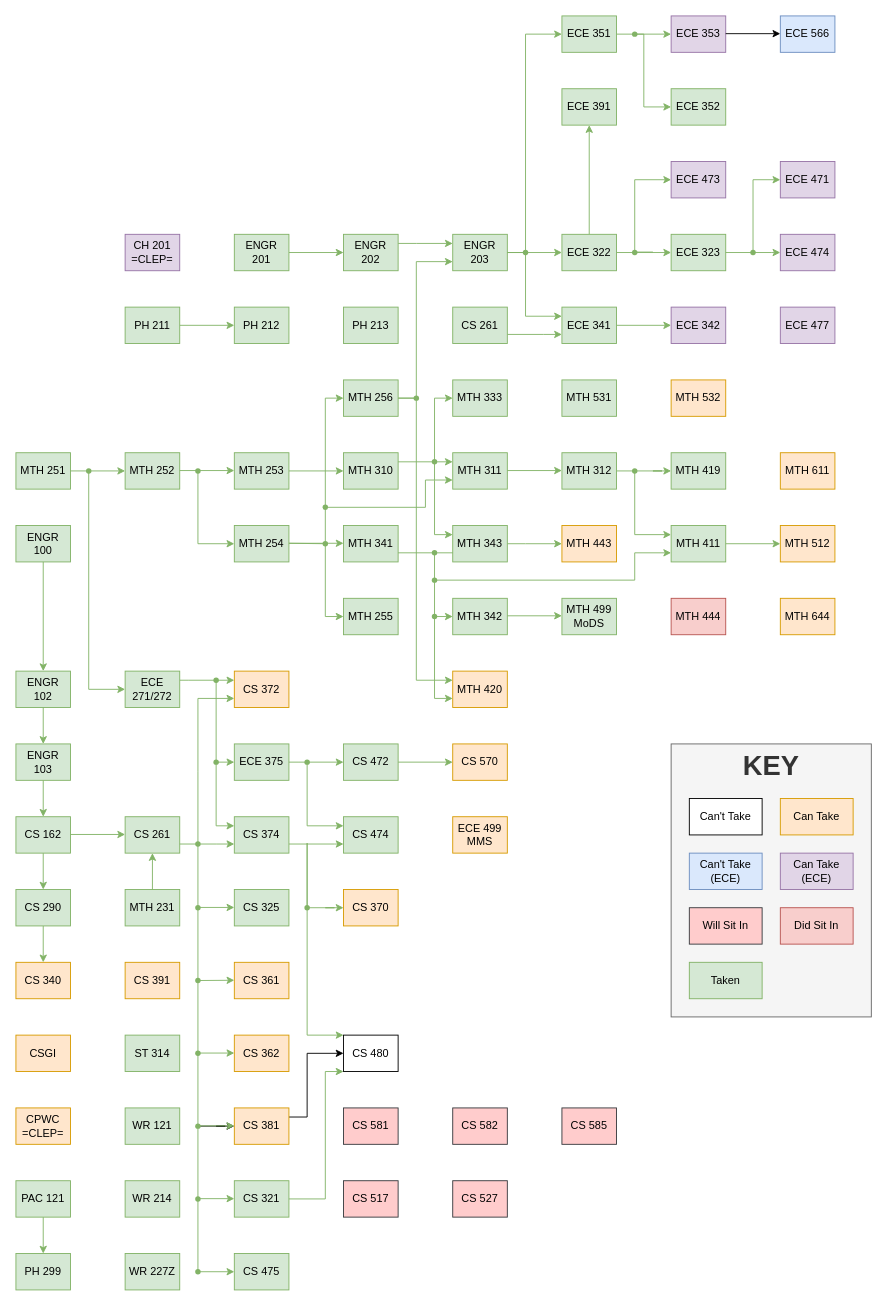
Before: Classes.drawio in Jonas-Carew/Class-Flowchart, a draw.io diagram. Source tidied: cells renumbered, new cells numbered last; positions are measured from the earlier drawing's top-left corner, leaving out a move shared by most shapes. Both pictures are drawn from the tidied source at 91%, with x=0, y=0 at pixel (15, 15).
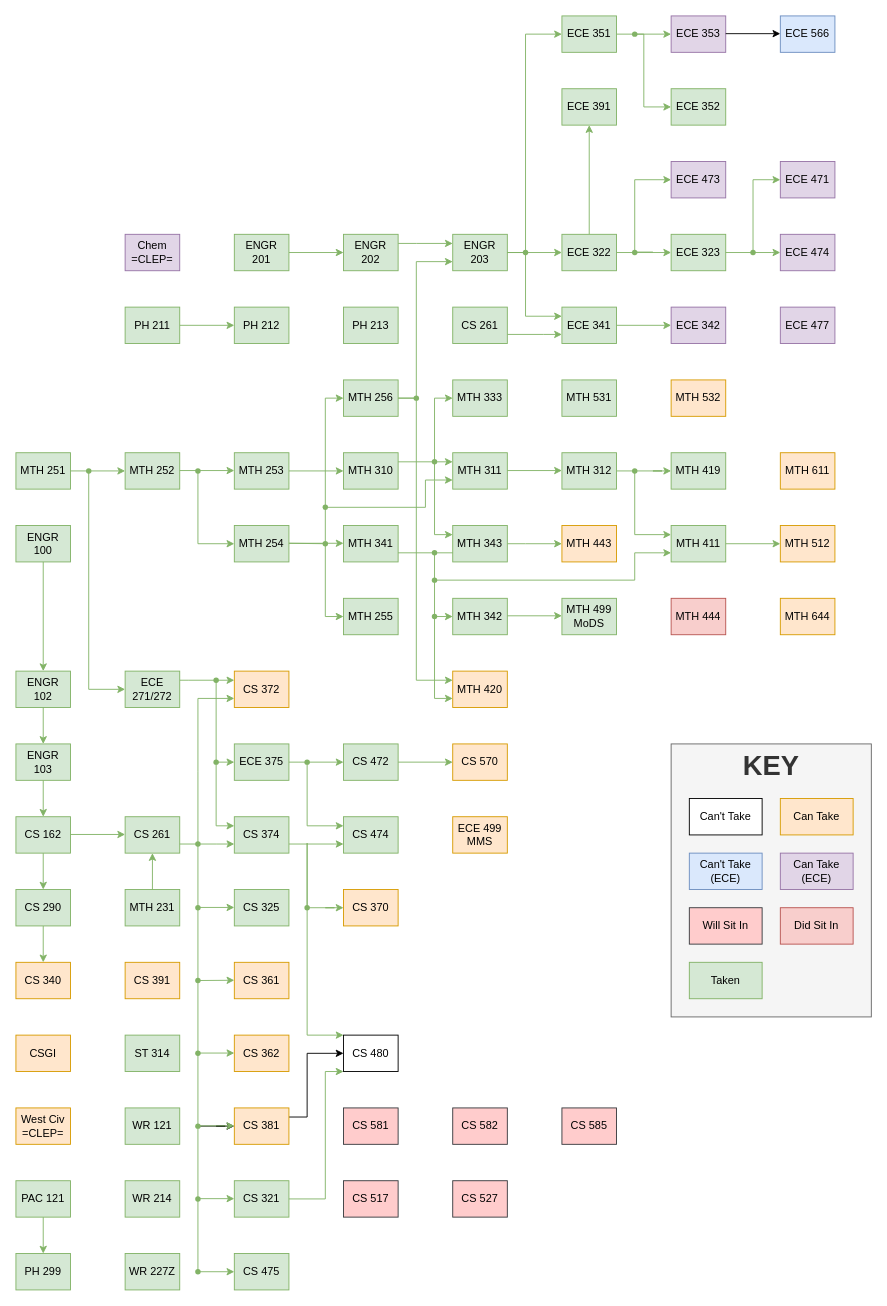
After the change.

What changed in the source:
```diff
@@
-    <mxCell id="82" value="&lt;div&gt;CH 201&lt;/div&gt;=CLEP=" style="rounded=0;whiteSpace=wrap;html=1;fillColor=#e1d5e7;strokeColor=#9673a6;" parent="1" vertex="1">
+    <mxCell id="82" value="&lt;div&gt;Chem&lt;/div&gt;=CLEP=" style="rounded=0;whiteSpace=wrap;html=1;fillColor=#e1d5e7;strokeColor=#9673a6;" parent="1" vertex="1">
       <mxGeometry x="120" y="240" width="60" height="40" as="geometry" />
     </mxCell>
@@
-    <mxCell id="148" value="&lt;div&gt;CPWC&lt;/div&gt;=CLEP=" style="rounded=0;whiteSpace=wrap;html=1;fillColor=#ffe6cc;strokeColor=#d79b00;" parent="1" vertex="1">
+    <mxCell id="148" value="&lt;div&gt;West Civ&lt;/div&gt;=CLEP=" style="rounded=0;whiteSpace=wrap;html=1;fillColor=#ffe6cc;strokeColor=#d79b00;" parent="1" vertex="1">
       <mxGeometry y="1200" width="60" height="40" as="geometry" />
     </mxCell>
```
